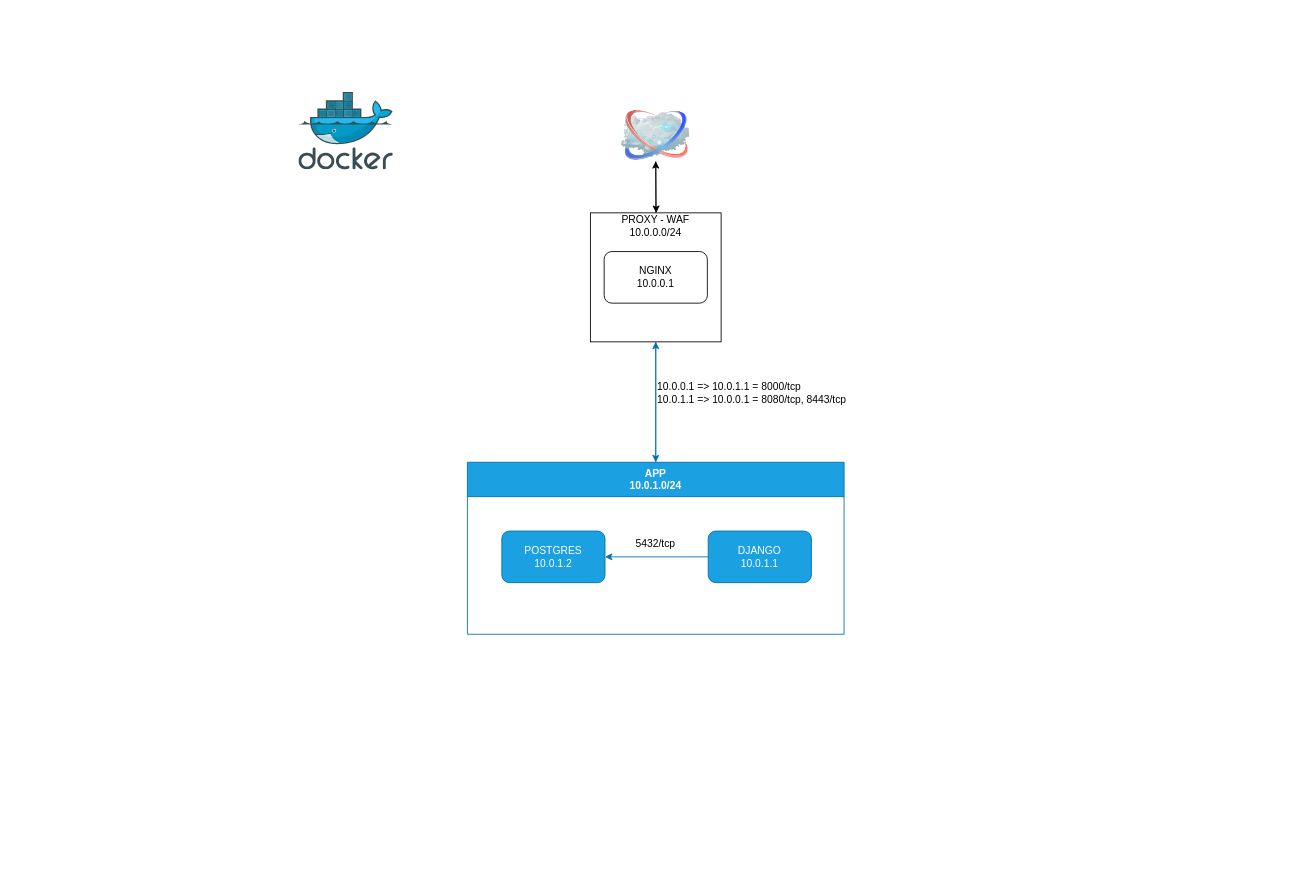
Above: _notebook/topology.drawio in GiovanniAfro/ft_Transcendence (draw.io), before the change. Source tidied: cells renumbered, new cells numbered last; positions are measured from the earlier drawing's top-left corner, leaving out a move shared by most shapes. Both pictures are drawn from the tidied source at 86%, with x=0, y=0 at pixel (298, 92).
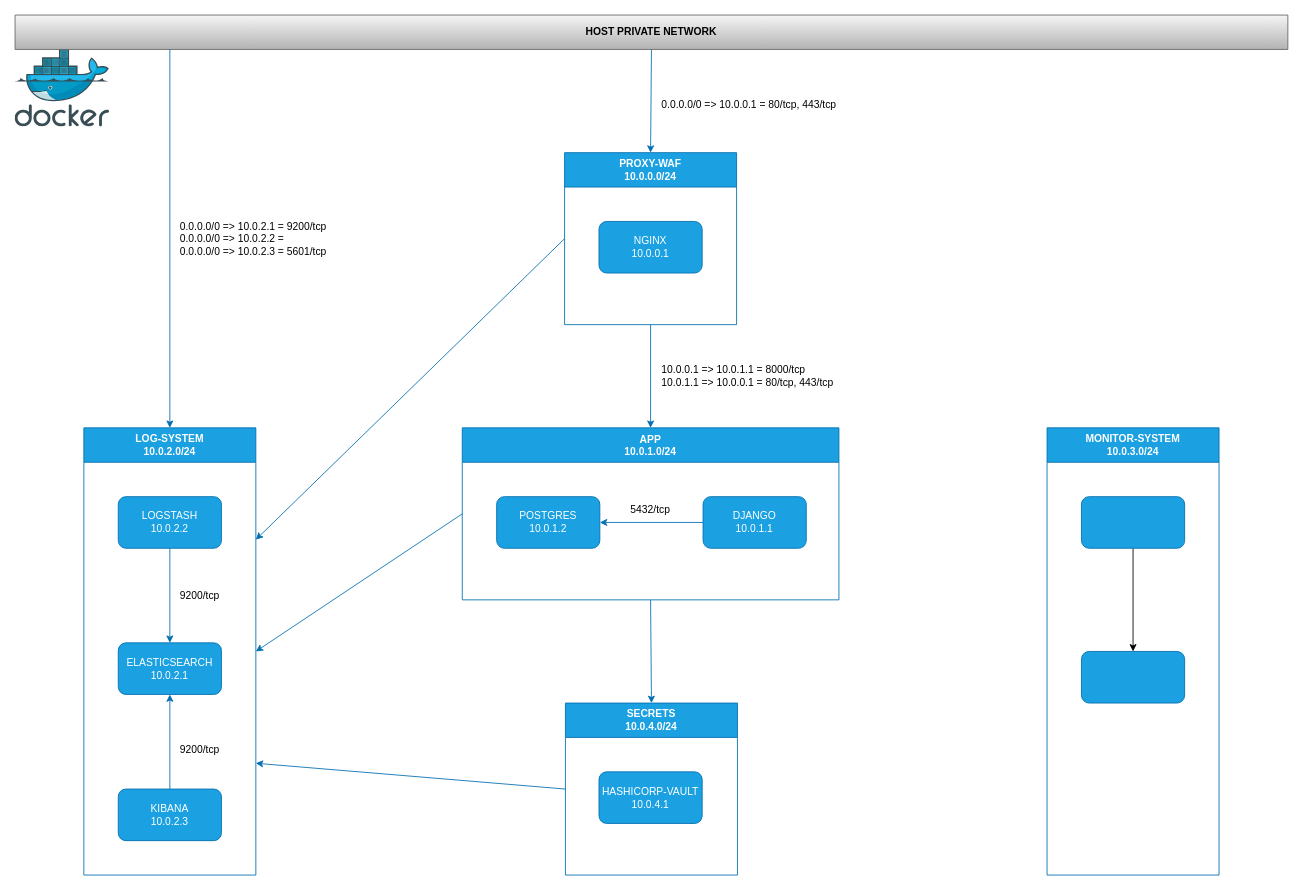
Above is the later version.

The edit, as a diff of the source:
```diff
@@
-    <mxCell id="2" style="edgeStyle=none;html=1;exitX=0.5;exitY=1;exitDx=0;exitDy=0;exitPerimeter=0;entryX=0.5;entryY=0;entryDx=0;entryDy=0;" parent="1" edge="1">
-      <mxGeometry relative="1" as="geometry">
-        <mxPoint x="415" y="80" as="sourcePoint" />
-        <mxPoint x="415.5" y="140" as="targetPoint" />
-      </mxGeometry>
-    </mxCell>
-    <mxCell id="3" style="edgeStyle=none;html=1;entryX=0.5;entryY=1;entryDx=0;entryDy=0;entryPerimeter=0;" parent="1" edge="1">
-      <mxGeometry relative="1" as="geometry">
-        <mxPoint x="415.1" y="140" as="sourcePoint" />
-        <mxPoint x="415" y="80" as="targetPoint" />
-      </mxGeometry>
-    </mxCell>
-    <mxCell id="4" style="edgeStyle=none;html=1;exitX=0.5;exitY=1;exitDx=0;exitDy=0;entryX=0.5;entryY=0;entryDx=0;entryDy=0;fillColor=#1ba1e2;strokeColor=#006EAF;" parent="1" edge="1" source="5" target="9">
-      <mxGeometry relative="1" as="geometry" />
-    </mxCell>
-    <mxCell id="5" style="rounded=0;whiteSpace=wrap;html=1;glass=0;shadow=0;" parent="1" vertex="1">
-      <mxGeometry x="339" y="140" width="152" height="150" as="geometry" />
-    </mxCell>
-    <mxCell id="6" value="NGINX&lt;br&gt;10.0.0.1" style="rounded=1;whiteSpace=wrap;html=1;" parent="1" vertex="1">
-      <mxGeometry x="355" y="185" width="120" height="60" as="geometry" />
-    </mxCell>
-    <mxCell id="7" value="PROXY - WAF&lt;br&gt;10.0.0.0/24" style="text;html=1;strokeColor=none;fillColor=none;align=center;verticalAlign=middle;whiteSpace=wrap;rounded=0;" parent="1" vertex="1">
-      <mxGeometry x="340" y="140" width="150" height="30" as="geometry" />
-    </mxCell>
-    <mxCell id="8" style="edgeStyle=none;html=1;exitX=0.5;exitY=0;exitDx=0;exitDy=0;fontColor=#262626;fillColor=#1ba1e2;strokeColor=#006EAF;" parent="1" edge="1" source="9">
-      <mxGeometry relative="1" as="geometry">
-        <mxPoint x="415" y="290" as="targetPoint" />
-      </mxGeometry>
+    <mxCell id="8" style="edgeStyle=none;html=1;exitX=0.5;exitY=1;exitDx=0;exitDy=0;fontColor=#262626;fillColor=#1ba1e2;strokeColor=#006EAF;entryX=0.5;entryY=0;entryDx=0;entryDy=0;" parent="1" edge="1" source="20" target="9">
+      <mxGeometry relative="1" as="geometry" />
     </mxCell>
+    <mxCell id="17" style="edgeStyle=none;html=1;exitX=0.5;exitY=1;exitDx=0;exitDy=0;entryX=0.5;entryY=0;entryDx=0;entryDy=0;fillColor=#1ba1e2;strokeColor=#006EAF;" parent="1" edge="1" source="9" target="24">
+      <mxGeometry relative="1" as="geometry" />
+    </mxCell>
+    <mxCell id="18" style="edgeStyle=none;html=1;exitX=0;exitY=0.5;exitDx=0;exitDy=0;entryX=1;entryY=0.5;entryDx=0;entryDy=0;fillColor=#1ba1e2;strokeColor=#006EAF;" parent="1" edge="1" source="9" target="31">
+      <mxGeometry relative="1" as="geometry" />
+    </mxCell>
     <mxCell id="9" value="APP&#10;10.0.1.0/24" style="swimlane;startSize=40;swimlaneFillColor=none;rounded=0;glass=0;shadow=0;swimlaneLine=1;fillColor=#1ba1e2;strokeColor=#006EAF;fontColor=#ffffff;" parent="1" vertex="1">
-      <mxGeometry x="196" y="430" width="438" height="200" as="geometry" />
+      <mxGeometry x="190" y="390" width="438" height="200" as="geometry" />
     </mxCell>
@@
-    <mxCell id="14" value="10.0.0.1 =&amp;gt; 10.0.1.1 = 8000/tcp&lt;br&gt;10.0.1.1 =&amp;gt; 10.0.0.1 = 8080/tcp, 8443/tcp" style="text;html=1;align=left;verticalAlign=middle;strokeColor=none;fillColor=none;" parent="1" vertex="1">
-      <mxGeometry x="415" y="330" width="240" height="40" as="geometry" />
+    <mxCell id="14" value="10.0.0.1 =&amp;gt; 10.0.1.1 = 8000/tcp&lt;br&gt;10.0.1.1 =&amp;gt; 10.0.0.1 = 80/tcp, 443/tcp" style="text;html=1;align=left;verticalAlign=middle;strokeColor=none;fillColor=none;" parent="1" vertex="1">
+      <mxGeometry x="420" y="310" width="220" height="40" as="geometry" />
     </mxCell>
-    <mxCell id="15" style="image;html=1;image=img/lib/clip_art/networking/Cloud_128x128.png;labelBackgroundColor=#191919;fontColor=#262626;" parent="1" vertex="1">
-      <mxGeometry x="375" y="10" width="80" height="80" as="geometry" />
-    </mxCell>
     <mxCell id="16" style="sketch=0;html=1;align=center;image;fontSize=12;image=img/lib/mscae/Docker.svg;labelBackgroundColor=#191919;fontColor=#262626;" parent="1" vertex="1">
-      <mxGeometry width="109.8" height="90" as="geometry" />
+      <mxGeometry x="-330" y="-50" width="109.8" height="90" as="geometry" />
     </mxCell>
+    <mxCell id="19" style="edgeStyle=none;html=1;exitX=0;exitY=0.5;exitDx=0;exitDy=0;entryX=1;entryY=0.25;entryDx=0;entryDy=0;fillColor=#1ba1e2;strokeColor=#006EAF;" parent="1" edge="1" source="20" target="31">
+      <mxGeometry relative="1" as="geometry" />
+    </mxCell>
+    <mxCell id="20" value="PROXY-WAF&lt;br&gt;10.0.0.0/24" style="swimlane;whiteSpace=wrap;html=1;fillColor=#1ba1e2;strokeColor=#006EAF;fontColor=#ffffff;startSize=40;" parent="1" vertex="1">
+      <mxGeometry x="309" y="70" width="200" height="200" as="geometry" />
+    </mxCell>
+    <mxCell id="6" value="NGINX&lt;br&gt;10.0.0.1" style="rounded=1;whiteSpace=wrap;html=1;fillColor=#1ba1e2;fontColor=#ffffff;strokeColor=#006EAF;" parent="20" vertex="1">
+      <mxGeometry x="40" y="80" width="120" height="60" as="geometry" />
+    </mxCell>
+    <mxCell id="21" style="edgeStyle=none;html=1;exitX=0.5;exitY=1;exitDx=0;exitDy=0;entryX=0.5;entryY=0;entryDx=0;entryDy=0;fillColor=#1ba1e2;strokeColor=#006EAF;" parent="1" edge="1" source="22" target="20">
+      <mxGeometry relative="1" as="geometry" />
+    </mxCell>
+    <mxCell id="22" value="HOST PRIVATE NETWORK" style="swimlane;whiteSpace=wrap;html=1;startSize=40;fillColor=#f5f5f5;gradientColor=#b3b3b3;strokeColor=#666666;" parent="1" vertex="1">
+      <mxGeometry x="-330" y="-90" width="1480" height="40" as="geometry" />
+    </mxCell>
+    <mxCell id="23" style="edgeStyle=none;html=1;exitX=0;exitY=0.5;exitDx=0;exitDy=0;entryX=1;entryY=0.75;entryDx=0;entryDy=0;fillColor=#1ba1e2;strokeColor=#006EAF;" parent="1" edge="1" source="24" target="31">
+      <mxGeometry relative="1" as="geometry" />
+    </mxCell>
+    <mxCell id="24" value="SECRETS&lt;br&gt;10.0.4.0/24" style="swimlane;whiteSpace=wrap;html=1;startSize=40;fillColor=#1ba1e2;fontColor=#ffffff;strokeColor=#006EAF;" parent="1" vertex="1">
+      <mxGeometry x="310" y="710" width="200" height="200" as="geometry" />
+    </mxCell>
+    <mxCell id="25" value="HASHICORP-VAULT&lt;br&gt;10.0.4.1" style="rounded=1;whiteSpace=wrap;html=1;fillColor=#1ba1e2;strokeColor=#006EAF;fontColor=#ffffff;" parent="24" vertex="1">
+      <mxGeometry x="39" y="80" width="120" height="60" as="geometry" />
+    </mxCell>
+    <mxCell id="26" value="MONITOR-SYSTEM&lt;br&gt;10.0.3.0/24" style="swimlane;whiteSpace=wrap;html=1;startSize=40;fillColor=#1ba1e2;fontColor=#ffffff;strokeColor=#006EAF;" parent="1" vertex="1">
+      <mxGeometry x="870" y="390" width="200" height="520" as="geometry" />
+    </mxCell>
+    <mxCell id="27" style="edgeStyle=none;html=1;" parent="26" edge="1" source="28" target="29">
+      <mxGeometry relative="1" as="geometry" />
+    </mxCell>
+    <mxCell id="28" style="rounded=1;whiteSpace=wrap;html=1;fillColor=#1ba1e2;fontColor=#ffffff;strokeColor=#006EAF;" parent="26" vertex="1">
+      <mxGeometry x="40" y="80" width="120" height="60" as="geometry" />
+    </mxCell>
+    <mxCell id="29" style="rounded=1;whiteSpace=wrap;html=1;fillColor=#1ba1e2;fontColor=#ffffff;strokeColor=#006EAF;" parent="26" vertex="1">
+      <mxGeometry x="40" y="260" width="120" height="60" as="geometry" />
+    </mxCell>
+    <mxCell id="30" style="edgeStyle=none;html=1;entryX=0.5;entryY=0;entryDx=0;entryDy=0;fillColor=#1ba1e2;strokeColor=#006EAF;" parent="1" edge="1" target="31">
+      <mxGeometry relative="1" as="geometry">
+        <mxPoint x="-150" y="-50" as="sourcePoint" />
+      </mxGeometry>
+    </mxCell>
+    <mxCell id="31" value="LOG-SYSTEM&lt;br&gt;10.0.2.0/24" style="swimlane;whiteSpace=wrap;html=1;startSize=40;fillColor=#1ba1e2;fontColor=#ffffff;strokeColor=#006EAF;" parent="1" vertex="1">
+      <mxGeometry x="-250" y="390" width="200" height="520" as="geometry" />
+    </mxCell>
+    <mxCell id="32" value="ELASTICSEARCH&lt;br&gt;10.0.2.1" style="rounded=1;whiteSpace=wrap;html=1;fillColor=#1ba1e2;fontColor=#ffffff;strokeColor=#006EAF;" parent="31" vertex="1">
+      <mxGeometry x="40" y="250" width="120" height="60" as="geometry" />
+    </mxCell>
+    <mxCell id="33" style="edgeStyle=none;html=1;entryX=0.5;entryY=0;entryDx=0;entryDy=0;fillColor=#1ba1e2;strokeColor=#006EAF;" parent="31" edge="1" source="34" target="32">
+      <mxGeometry relative="1" as="geometry" />
+    </mxCell>
+    <mxCell id="34" value="LOGSTASH&lt;br&gt;10.0.2.2" style="rounded=1;whiteSpace=wrap;html=1;fillColor=#1ba1e2;fontColor=#ffffff;strokeColor=#006EAF;" parent="31" vertex="1">
+      <mxGeometry x="40" y="80" width="120" height="60" as="geometry" />
+    </mxCell>
+    <mxCell id="35" style="edgeStyle=none;html=1;exitX=0.5;exitY=0;exitDx=0;exitDy=0;entryX=0.5;entryY=1;entryDx=0;entryDy=0;fillColor=#1ba1e2;strokeColor=#006EAF;" parent="31" edge="1" source="36" target="32">
+      <mxGeometry relative="1" as="geometry" />
+    </mxCell>
+    <mxCell id="36" value="KIBANA&lt;br&gt;10.0.2.3" style="rounded=1;whiteSpace=wrap;html=1;fillColor=#1ba1e2;fontColor=#ffffff;strokeColor=#006EAF;" parent="31" vertex="1">
+      <mxGeometry x="40" y="420" width="120" height="60" as="geometry" />
+    </mxCell>
+    <mxCell id="37" value="9200/tcp" style="text;html=1;align=left;verticalAlign=middle;strokeColor=none;fillColor=none;" parent="31" vertex="1">
+      <mxGeometry x="110" y="180" width="70" height="30" as="geometry" />
+    </mxCell>
+    <mxCell id="38" value="&lt;span style=&quot;&quot;&gt;9200/tcp&lt;/span&gt;" style="text;html=1;align=left;verticalAlign=middle;strokeColor=none;fillColor=none;" parent="31" vertex="1">
+      <mxGeometry x="110" y="360" width="70" height="30" as="geometry" />
+    </mxCell>
+    <mxCell id="39" value="0.0.0.0/0 =&amp;gt; 10.0.2.1 = 9200/tcp&lt;br&gt;0.0.0.0/0 =&amp;gt; 10.0.2.2 =&amp;nbsp;&lt;br&gt;0.0.0.0/0 =&amp;gt; 10.0.2.3 = 5601/tcp" style="text;html=1;align=left;verticalAlign=middle;strokeColor=none;fillColor=none;" parent="1" vertex="1">
+      <mxGeometry x="-140" y="140" width="190" height="60" as="geometry" />
+    </mxCell>
+    <mxCell id="40" value="0.0.0.0/0 =&amp;gt; 10.0.0.1 = 80/tcp, 443/tcp" style="text;html=1;align=left;verticalAlign=middle;strokeColor=none;fillColor=none;" parent="1" vertex="1">
+      <mxGeometry x="420" width="230" height="30" as="geometry" />
+    </mxCell>
```
